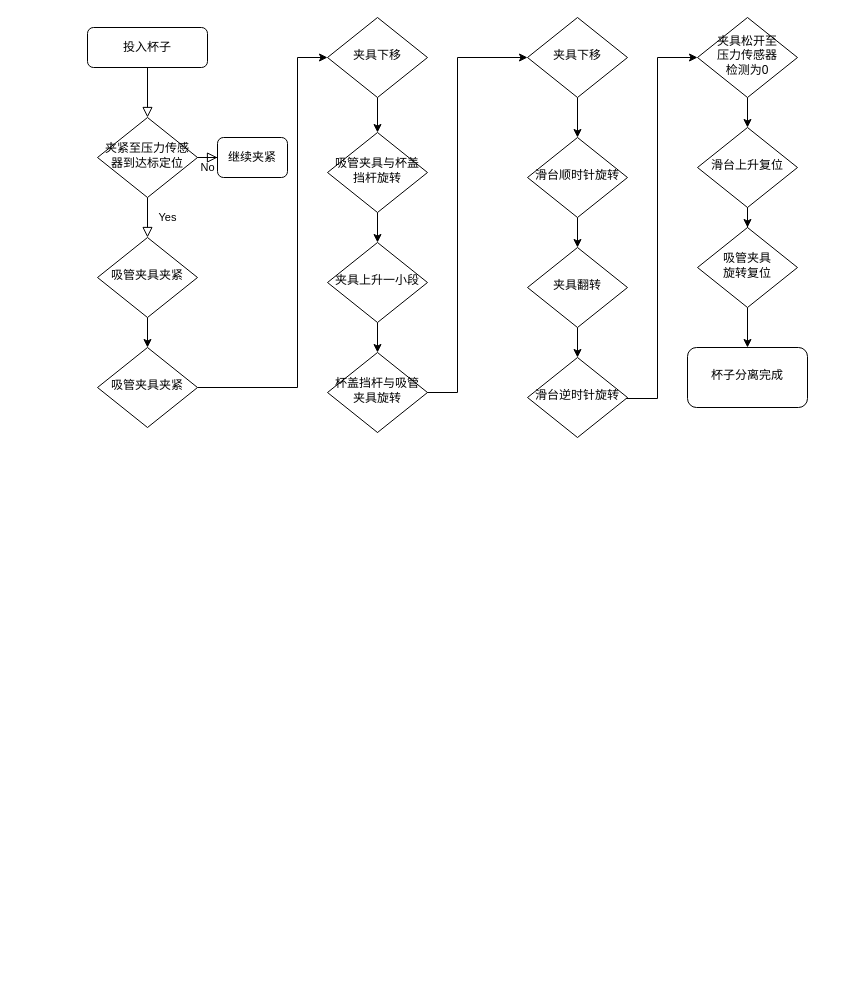
x1528045870/x1528045870 keeps this draw.io diagram as 新方案流程图.drawio. Above is the earlier version. Source tidied: cells renumbered, new cells numbered last; positions are measured from the earlier drawing's top-left corner, leaving out a move shared by most shapes. Both pictures are drawn from the tidied source at 100%, with x=0, y=0 at pixel (87, 17).
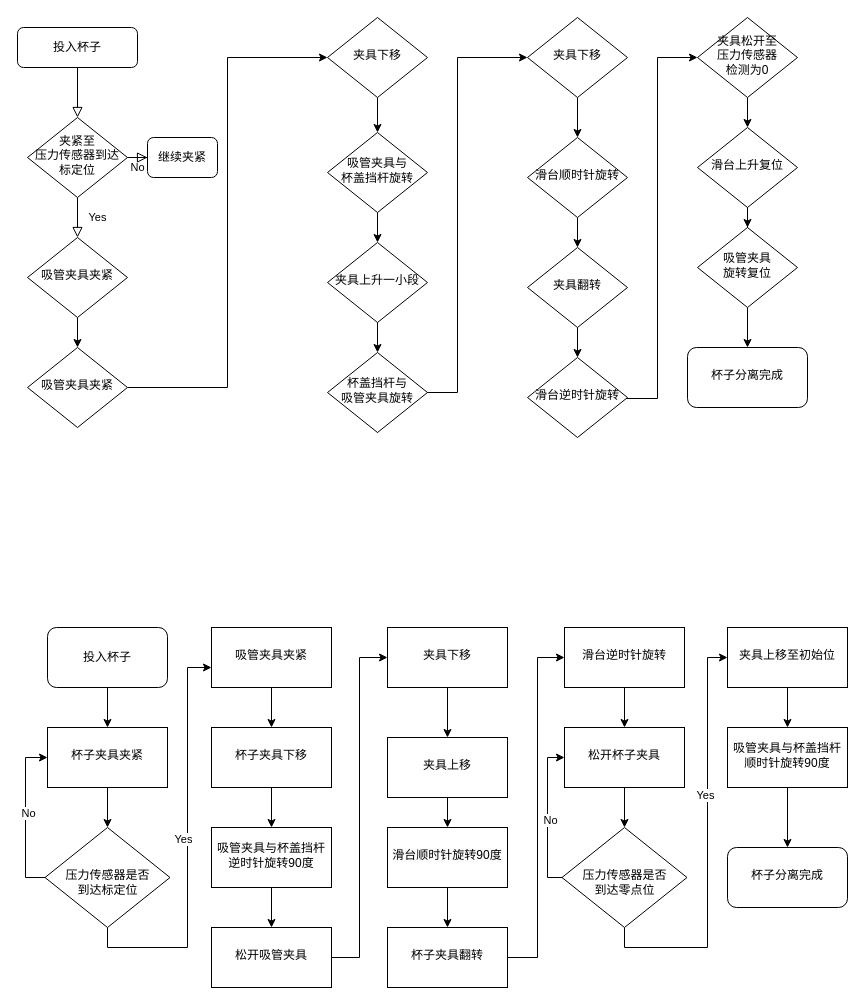
The same diagram, later.

Commit message (it also covers changes not shown here):
更新新方案流程图.drawio

The change refers to these unchanged cells:
```xml
<mxCell id="13" value="夹具下移" style="rhombus;whiteSpace=wrap;html=1;shadow=0;fontFamily=Helvetica;fontSize=12;align=center;strokeWidth=1;spacing=6;spacingTop=-4;" parent="1" vertex="1">
  <mxGeometry x="240" width="100" height="80" as="geometry" />
</mxCell>
```

Diff of the diagram source:
```diff
@@
     <mxCell id="3" value="投入杯子" style="rounded=1;whiteSpace=wrap;html=1;fontSize=12;glass=0;strokeWidth=1;shadow=0;" parent="1" vertex="1">
-      <mxGeometry y="10" width="120" height="40" as="geometry" />
+      <mxGeometry x="-70" y="10" width="120" height="40" as="geometry" />
     </mxCell>
@@
-    <mxCell id="6" value="夹紧至压力传感器到达标定位" style="rhombus;whiteSpace=wrap;html=1;shadow=0;fontFamily=Helvetica;fontSize=12;align=center;strokeWidth=1;spacing=6;spacingTop=-4;" parent="1" vertex="1">
-      <mxGeometry x="10" y="100" width="100" height="80" as="geometry" />
+    <mxCell id="6" value="&lt;font style=&quot;font-size: 12px;&quot;&gt;夹紧至&lt;br&gt;压力传感器到达标定位&lt;/font&gt;" style="rhombus;whiteSpace=wrap;html=1;shadow=0;fontFamily=Helvetica;fontSize=12;align=center;strokeWidth=1;spacing=6;spacingTop=-4;" parent="1" vertex="1">
+      <mxGeometry x="-60" y="100" width="100" height="80" as="geometry" />
     </mxCell>
     <mxCell id="7" value="继续夹紧" style="rounded=1;whiteSpace=wrap;html=1;fontSize=12;glass=0;strokeWidth=1;shadow=0;" parent="1" vertex="1">
-      <mxGeometry x="130" y="120" width="70" height="40" as="geometry" />
+      <mxGeometry x="60" y="120" width="70" height="40" as="geometry" />
     </mxCell>
@@
     <mxCell id="9" value="吸管夹具夹紧" style="rhombus;whiteSpace=wrap;html=1;shadow=0;fontFamily=Helvetica;fontSize=12;align=center;strokeWidth=1;spacing=6;spacingTop=-4;" parent="1" vertex="1">
-      <mxGeometry x="10" y="220" width="100" height="80" as="geometry" />
+      <mxGeometry x="-60" y="220" width="100" height="80" as="geometry" />
     </mxCell>
     <mxCell id="10" style="edgeStyle=orthogonalEdgeStyle;rounded=0;jettySize=auto;html=1;" parent="1" edge="1" source="11" target="13">
       <mxGeometry relative="1" as="geometry">
         <Array as="points">
-          <mxPoint x="210" y="370" />
-          <mxPoint x="210" y="40" />
+          <mxPoint x="140" y="370" />
+          <mxPoint x="140" y="40" />
         </Array>
       </mxGeometry>
     </mxCell>
     <mxCell id="11" value="吸管夹具夹紧" style="rhombus;whiteSpace=wrap;html=1;shadow=0;fontFamily=Helvetica;fontSize=12;align=center;strokeWidth=1;spacing=6;spacingTop=-4;" parent="1" vertex="1">
-      <mxGeometry x="10" y="330" width="100" height="80" as="geometry" />
+      <mxGeometry x="-60" y="330" width="100" height="80" as="geometry" />
     </mxCell>
@@
-    <mxCell id="15" value="吸管夹具与杯盖挡杆旋转" style="rhombus;whiteSpace=wrap;html=1;shadow=0;fontFamily=Helvetica;fontSize=12;align=center;strokeWidth=1;spacing=6;spacingTop=-4;" parent="1" vertex="1">
+    <mxCell id="15" value="吸管夹具与&lt;br&gt;杯盖挡杆旋转" style="rhombus;whiteSpace=wrap;html=1;shadow=0;fontFamily=Helvetica;fontSize=12;align=center;strokeWidth=1;spacing=6;spacingTop=-4;" parent="1" vertex="1">
       <mxGeometry x="240" y="115" width="100" height="80" as="geometry" />
     </mxCell>
@@
-    <mxCell id="19" value="杯盖挡杆与吸管夹具旋转" style="rhombus;whiteSpace=wrap;html=1;shadow=0;fontFamily=Helvetica;fontSize=12;align=center;strokeWidth=1;spacing=6;spacingTop=-4;" parent="1" vertex="1">
+    <mxCell id="19" value="杯盖挡杆与&lt;br&gt;吸管夹具旋转" style="rhombus;whiteSpace=wrap;html=1;shadow=0;fontFamily=Helvetica;fontSize=12;align=center;strokeWidth=1;spacing=6;spacingTop=-4;" parent="1" vertex="1">
       <mxGeometry x="240" y="335" width="100" height="80" as="geometry" />
     </mxCell>
@@
+    <mxCell id="35" style="edgeStyle=orthogonalEdgeStyle;rounded=0;jettySize=auto;html=1;" parent="1" edge="1" source="39" target="41">
+      <mxGeometry relative="1" as="geometry">
+        <Array as="points">
+          <mxPoint x="20" y="930" />
+          <mxPoint x="100" y="930" />
+          <mxPoint x="100" y="650" />
+        </Array>
+      </mxGeometry>
+    </mxCell>
+    <mxCell id="36" value="Yes" style="edgeLabel;html=1;align=center;verticalAlign=middle;" parent="35" vertex="1">
+      <mxGeometry x="0.08" y="-1" relative="1" as="geometry">
+        <mxPoint x="-6" y="9" as="offset" />
+      </mxGeometry>
+    </mxCell>
+    <mxCell id="37" style="edgeStyle=orthogonalEdgeStyle;rounded=0;jettySize=auto;html=1;entryX=0;entryY=0.5;entryDx=0;entryDy=0;" parent="1" edge="1" source="39" target="43">
+      <mxGeometry relative="1" as="geometry">
+        <Array as="points">
+          <mxPoint x="-62" y="860" />
+          <mxPoint x="-62" y="740" />
+        </Array>
+      </mxGeometry>
+    </mxCell>
+    <mxCell id="38" value="No" style="edgeLabel;html=1;align=center;verticalAlign=middle;" parent="37" vertex="1">
+      <mxGeometry x="0.15" y="-1" relative="1" as="geometry">
+        <mxPoint x="1" y="9" as="offset" />
+      </mxGeometry>
+    </mxCell>
+    <mxCell id="39" value="&lt;font style=&quot;font-size: 12px;&quot;&gt;&lt;br&gt;压力传感器是否&lt;br&gt;到达标定位&lt;/font&gt;" style="rhombus;whiteSpace=wrap;html=1;shadow=0;fontFamily=Helvetica;fontSize=12;align=center;strokeWidth=1;spacing=6;spacingTop=-4;" parent="1" vertex="1">
+      <mxGeometry x="-42.5" y="810" width="125" height="100" as="geometry" />
+    </mxCell>
+    <mxCell id="40" style="edgeStyle=orthogonalEdgeStyle;rounded=0;jettySize=auto;html=1;" parent="1" edge="1" source="41" target="45">
+      <mxGeometry relative="1" as="geometry" />
+    </mxCell>
+    <mxCell id="41" value="吸管夹具夹紧" style="whiteSpace=wrap;html=1;shadow=0;strokeWidth=1;spacing=6;spacingTop=-4;" parent="1" vertex="1">
+      <mxGeometry x="124" y="610" width="120" height="60" as="geometry" />
+    </mxCell>
+    <mxCell id="42" style="edgeStyle=orthogonalEdgeStyle;rounded=0;jettySize=auto;html=1;" parent="1" edge="1" source="43" target="39">
+      <mxGeometry relative="1" as="geometry" />
+    </mxCell>
+    <mxCell id="43" value="杯子夹具夹紧" style="whiteSpace=wrap;html=1;shadow=0;strokeWidth=1;spacing=6;spacingTop=-4;" parent="1" vertex="1">
+      <mxGeometry x="-40" y="710" width="120" height="60" as="geometry" />
+    </mxCell>
+    <mxCell id="44" style="edgeStyle=orthogonalEdgeStyle;rounded=0;jettySize=auto;html=1;" parent="1" edge="1" source="45" target="48">
+      <mxGeometry relative="1" as="geometry" />
+    </mxCell>
+    <mxCell id="45" value="杯子夹具下移" style="whiteSpace=wrap;html=1;shadow=0;strokeWidth=1;spacing=6;spacingTop=-4;" parent="1" vertex="1">
+      <mxGeometry x="124" y="710" width="120" height="60" as="geometry" />
+    </mxCell>
+    <mxCell id="46" style="edgeStyle=orthogonalEdgeStyle;rounded=0;jettySize=auto;html=1;entryX=0;entryY=0.5;entryDx=0;entryDy=0;exitX=1;exitY=0.5;exitDx=0;exitDy=0;" parent="1" edge="1" source="67" target="50">
+      <mxGeometry relative="1" as="geometry" />
+    </mxCell>
+    <mxCell id="47" style="edgeStyle=orthogonalEdgeStyle;rounded=0;jettySize=auto;html=1;" parent="1" edge="1" source="48" target="67">
+      <mxGeometry relative="1" as="geometry" />
+    </mxCell>
+    <mxCell id="48" value="吸管夹具与杯盖挡杆逆时针旋转90度" style="whiteSpace=wrap;html=1;shadow=0;strokeWidth=1;spacing=6;spacingTop=-4;" parent="1" vertex="1">
+      <mxGeometry x="124" y="810" width="120" height="60" as="geometry" />
+    </mxCell>
+    <mxCell id="49" style="edgeStyle=orthogonalEdgeStyle;rounded=0;jettySize=auto;html=1;" parent="1" edge="1" source="50" target="52">
+      <mxGeometry relative="1" as="geometry" />
+    </mxCell>
+    <mxCell id="50" value="夹具下移" style="whiteSpace=wrap;html=1;shadow=0;strokeWidth=1;spacing=6;spacingTop=-4;" parent="1" vertex="1">
+      <mxGeometry x="300" y="610" width="120" height="60" as="geometry" />
+    </mxCell>
+    <mxCell id="51" style="edgeStyle=orthogonalEdgeStyle;rounded=0;jettySize=auto;html=1;" parent="1" edge="1" source="52" target="55">
+      <mxGeometry relative="1" as="geometry" />
+    </mxCell>
+    <mxCell id="52" value="夹具上移" style="whiteSpace=wrap;html=1;shadow=0;strokeWidth=1;spacing=6;spacingTop=-4;" parent="1" vertex="1">
+      <mxGeometry x="300" y="720" width="120" height="60" as="geometry" />
+    </mxCell>
+    <mxCell id="53" style="edgeStyle=orthogonalEdgeStyle;rounded=0;jettySize=auto;html=1;entryX=0;entryY=0.5;entryDx=0;entryDy=0;exitX=1;exitY=0.5;exitDx=0;exitDy=0;" parent="1" edge="1" source="68" target="57">
+      <mxGeometry relative="1" as="geometry">
+        <Array as="points">
+          <mxPoint x="450" y="940" />
+          <mxPoint x="450" y="640" />
+        </Array>
+      </mxGeometry>
+    </mxCell>
+    <mxCell id="54" style="edgeStyle=orthogonalEdgeStyle;rounded=0;jettySize=auto;html=1;" parent="1" edge="1" source="55" target="68">
+      <mxGeometry relative="1" as="geometry" />
+    </mxCell>
+    <mxCell id="55" value="&lt;span style=&quot;color: rgb(0, 0, 0); font-family: Helvetica; font-size: 12px; font-style: normal; font-variant-ligatures: normal; font-variant-caps: normal; font-weight: 400; letter-spacing: normal; orphans: 2; text-align: center; text-indent: 0px; text-transform: none; widows: 2; word-spacing: 0px; -webkit-text-stroke-width: 0px; background-color: rgb(251, 251, 251); text-decoration-thickness: initial; text-decoration-style: initial; text-decoration-color: initial; float: none; display: inline !important;&quot;&gt;滑台顺时针旋转90度&lt;/span&gt;" style="whiteSpace=wrap;html=1;shadow=0;strokeWidth=1;spacing=6;spacingTop=-4;" parent="1" vertex="1">
+      <mxGeometry x="300" y="810" width="120" height="60" as="geometry" />
+    </mxCell>
+    <mxCell id="56" style="edgeStyle=orthogonalEdgeStyle;rounded=0;jettySize=auto;html=1;" parent="1" edge="1" source="57" target="59">
+      <mxGeometry relative="1" as="geometry" />
+    </mxCell>
+    <mxCell id="57" value="滑台逆时针旋转" style="whiteSpace=wrap;html=1;shadow=0;strokeWidth=1;spacing=6;spacingTop=-4;" parent="1" vertex="1">
+      <mxGeometry x="477" y="610" width="120" height="60" as="geometry" />
+    </mxCell>
+    <mxCell id="58" style="edgeStyle=orthogonalEdgeStyle;rounded=0;jettySize=auto;html=1;" parent="1" edge="1" source="59" target="64">
+      <mxGeometry relative="1" as="geometry" />
+    </mxCell>
+    <mxCell id="59" value="松开杯子夹具" style="whiteSpace=wrap;html=1;shadow=0;strokeWidth=1;spacing=6;spacingTop=-4;" parent="1" vertex="1">
+      <mxGeometry x="477" y="710" width="120" height="60" as="geometry" />
+    </mxCell>
+    <mxCell id="60" style="edgeStyle=orthogonalEdgeStyle;rounded=0;jettySize=auto;html=1;entryX=0;entryY=0.5;entryDx=0;entryDy=0;" parent="1" edge="1" source="64" target="59">
+      <mxGeometry relative="1" as="geometry">
+        <Array as="points">
+          <mxPoint x="460" y="860" />
+          <mxPoint x="460" y="740" />
+        </Array>
+      </mxGeometry>
+    </mxCell>
+    <mxCell id="61" value="No" style="edgeLabel;html=1;align=center;verticalAlign=middle;" parent="60" vertex="1">
+      <mxGeometry x="-0.05" y="-2" relative="1" as="geometry" />
+    </mxCell>
+    <mxCell id="62" style="edgeStyle=orthogonalEdgeStyle;rounded=0;jettySize=auto;html=1;entryX=0;entryY=0.5;entryDx=0;entryDy=0;" parent="1" edge="1" source="64" target="66">
+      <mxGeometry relative="1" as="geometry">
+        <Array as="points">
+          <mxPoint x="537" y="930" />
+          <mxPoint x="620" y="930" />
+          <mxPoint x="620" y="640" />
+        </Array>
+      </mxGeometry>
+    </mxCell>
+    <mxCell id="63" value="Yes" style="edgeLabel;html=1;align=center;verticalAlign=middle;" parent="62" vertex="1">
+      <mxGeometry x="0.24" y="3" relative="1" as="geometry" />
+    </mxCell>
+    <mxCell id="64" value="&lt;font style=&quot;font-size: 12px;&quot;&gt;&lt;br&gt;压力传感器是否&lt;br&gt;到达零点位&lt;br&gt;&lt;/font&gt;" style="rhombus;whiteSpace=wrap;html=1;shadow=0;fontFamily=Helvetica;fontSize=12;align=center;strokeWidth=1;spacing=6;spacingTop=-4;" parent="1" vertex="1">
+      <mxGeometry x="474.5" y="810" width="125" height="100" as="geometry" />
+    </mxCell>
+    <mxCell id="65" style="edgeStyle=orthogonalEdgeStyle;rounded=0;jettySize=auto;html=1;" parent="1" edge="1" source="66" target="70">
+      <mxGeometry relative="1" as="geometry" />
+    </mxCell>
+    <mxCell id="66" value="夹具上移至初始位" style="whiteSpace=wrap;html=1;shadow=0;strokeWidth=1;spacing=6;spacingTop=-4;" parent="1" vertex="1">
+      <mxGeometry x="640" y="610" width="120" height="60" as="geometry" />
+    </mxCell>
+    <mxCell id="67" value="松开吸管夹具" style="whiteSpace=wrap;html=1;shadow=0;strokeWidth=1;spacing=6;spacingTop=-4;" parent="1" vertex="1">
+      <mxGeometry x="124" y="910" width="120" height="60" as="geometry" />
+    </mxCell>
+    <mxCell id="68" value="杯子夹具翻转" style="whiteSpace=wrap;html=1;shadow=0;strokeWidth=1;spacing=6;spacingTop=-4;" parent="1" vertex="1">
+      <mxGeometry x="300" y="910" width="120" height="60" as="geometry" />
+    </mxCell>
+    <mxCell id="69" style="edgeStyle=orthogonalEdgeStyle;rounded=0;jettySize=auto;html=1;" parent="1" edge="1" source="70" target="73">
+      <mxGeometry relative="1" as="geometry" />
+    </mxCell>
+    <mxCell id="70" value="吸管夹具与杯盖挡杆顺时针旋转90度" style="whiteSpace=wrap;html=1;shadow=0;strokeWidth=1;spacing=6;spacingTop=-4;" parent="1" vertex="1">
+      <mxGeometry x="640" y="710" width="120" height="60" as="geometry" />
+    </mxCell>
+    <mxCell id="71" style="edgeStyle=orthogonalEdgeStyle;rounded=0;jettySize=auto;html=1;" parent="1" edge="1" source="72" target="43">
+      <mxGeometry relative="1" as="geometry" />
+    </mxCell>
+    <mxCell id="72" value="投入杯子" style="rounded=1;whiteSpace=wrap;html=1;" parent="1" vertex="1">
+      <mxGeometry x="-40" y="610" width="120" height="60" as="geometry" />
+    </mxCell>
+    <mxCell id="73" value="杯子分离完成" style="rounded=1;whiteSpace=wrap;html=1;shadow=0;strokeWidth=1;spacing=6;spacingTop=-4;" parent="1" vertex="1">
+      <mxGeometry x="640" y="830" width="120" height="60" as="geometry" />
+    </mxCell>
```
